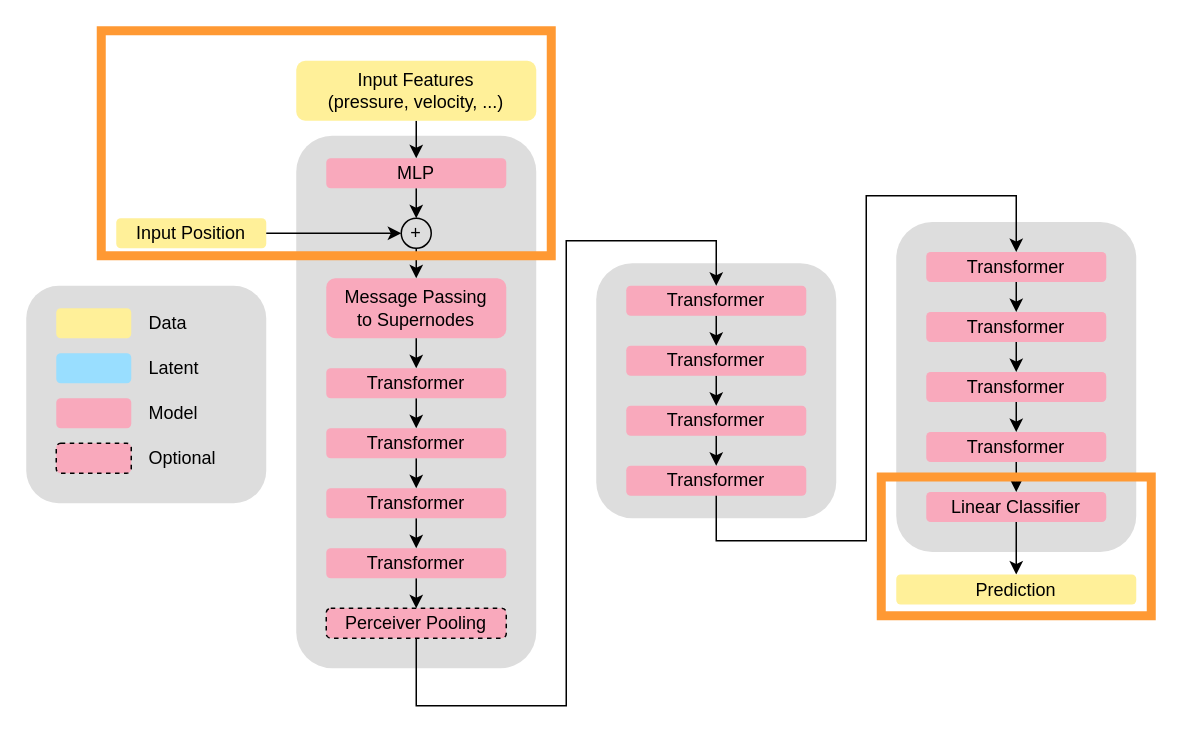
The draw.io diagram page "upt-dense-classifier" (1 of 6) of schematics/schematics.drawio in BenediktAlkin/upt-minimal, before the edit. Source tidied: cells renumbered, new cells numbered last; positions are measured from the earlier drawing's top-left corner, leaving out a move shared by most shapes. Both pictures are drawn from the tidied source at 150%, with x=0, y=0 at pixel (26, 30).
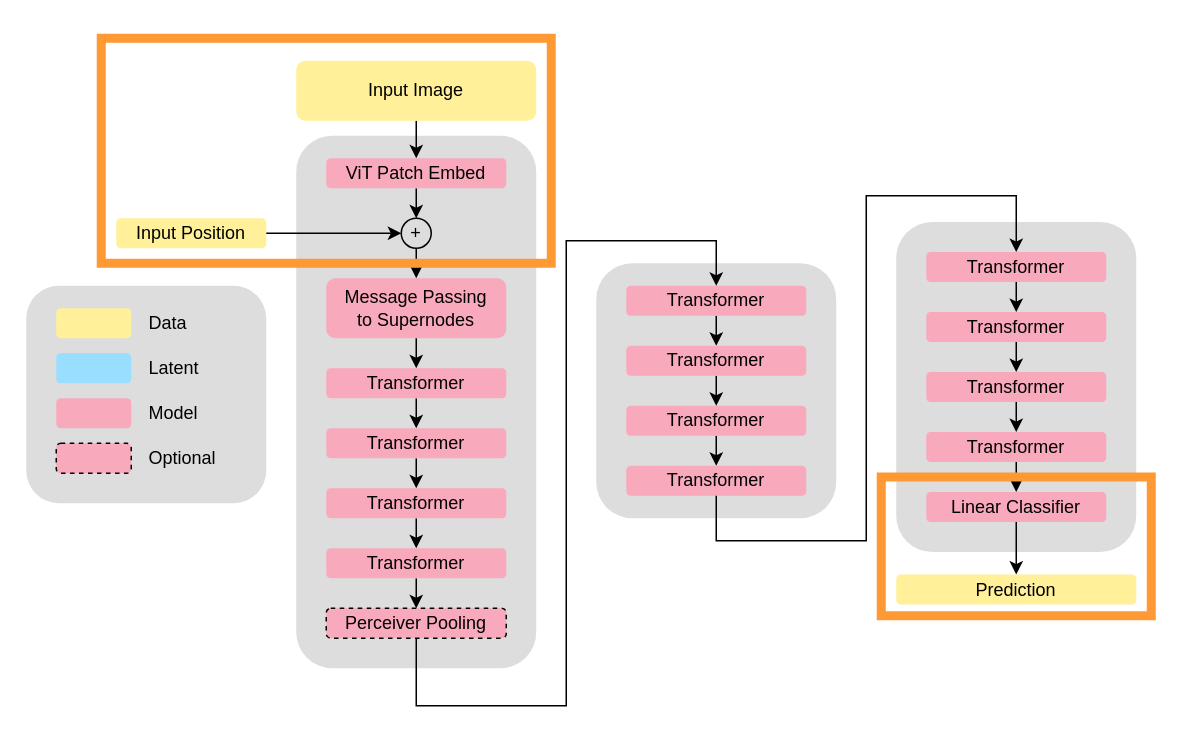
The same diagram, later.

What changed in the source:
```diff
@@
-    <mxCell id="43" value="Input Features&lt;br&gt;(pressure, velocity, ...)" style="rounded=1;whiteSpace=wrap;html=1;fillColor=#FFF099;strokeColor=none;" parent="1" vertex="1">
+    <mxCell id="43" value="Input Image" style="rounded=1;whiteSpace=wrap;html=1;fillColor=#FFF099;strokeColor=none;" parent="1" vertex="1">
       <mxGeometry x="180" y="20" width="160" height="40" as="geometry" />
     </mxCell>
@@
-    <mxCell id="46" value="MLP" style="rounded=1;whiteSpace=wrap;html=1;fillColor=#F9A9BC;strokeColor=none;" parent="1" vertex="1">
+    <mxCell id="46" value="ViT Patch Embed" style="rounded=1;whiteSpace=wrap;html=1;fillColor=#F9A9BC;strokeColor=none;" parent="1" vertex="1">
       <mxGeometry x="200" y="85" width="120" height="20" as="geometry" />
     </mxCell>
@@
     <mxCell id="53" style="rounded=0;whiteSpace=wrap;html=1;fillColor=none;strokeColor=#FF9933;strokeWidth=6;" parent="1" vertex="1">
-      <mxGeometry x="50" width="300" height="150" as="geometry" />
+      <mxGeometry x="50" y="5" width="300" height="150" as="geometry" />
     </mxCell>
```
